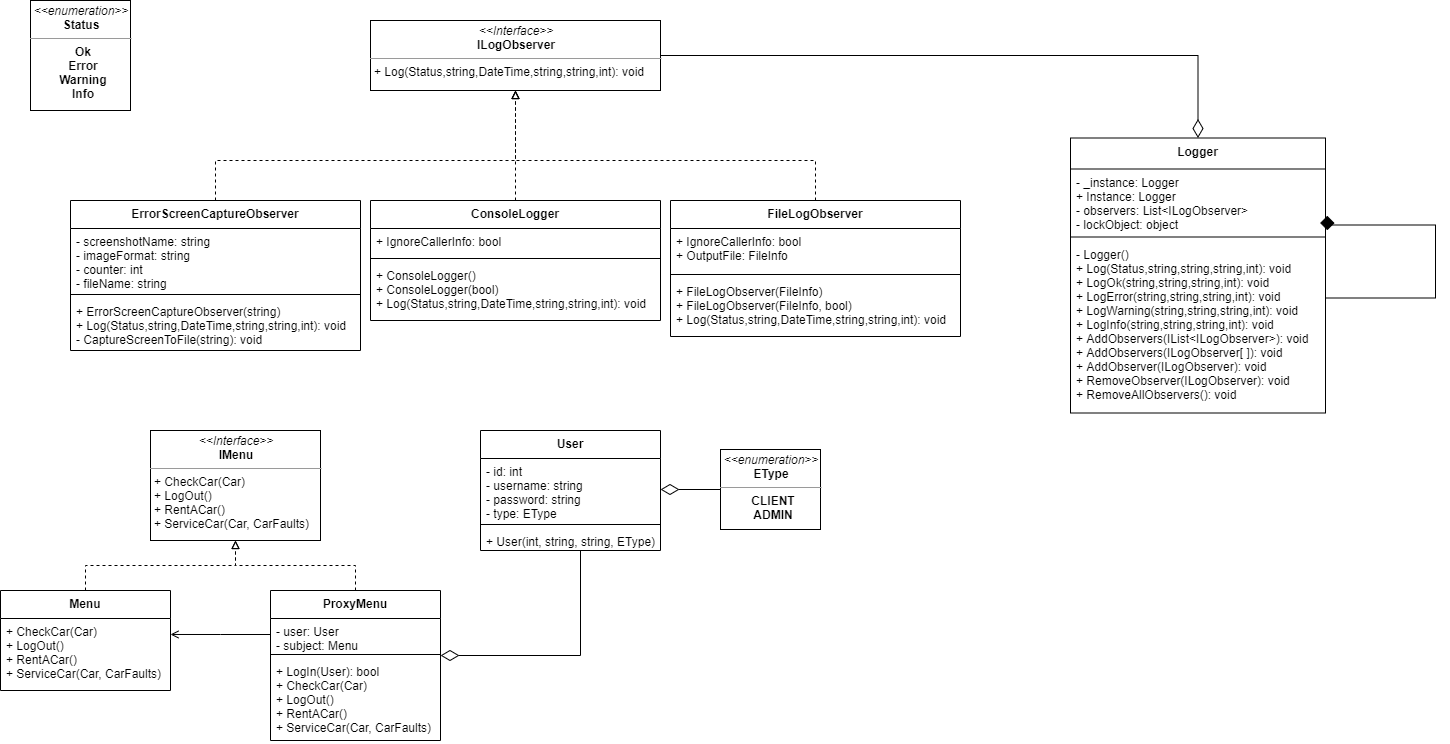
Above: Diagram/diagram.png in Radu-Lucian/DesignPatterns (draw.io), before the change. Source tidied: cells renumbered, new cells last; positions are measured from the earlier drawing's top-left corner, leaving out a move shared by most shapes.
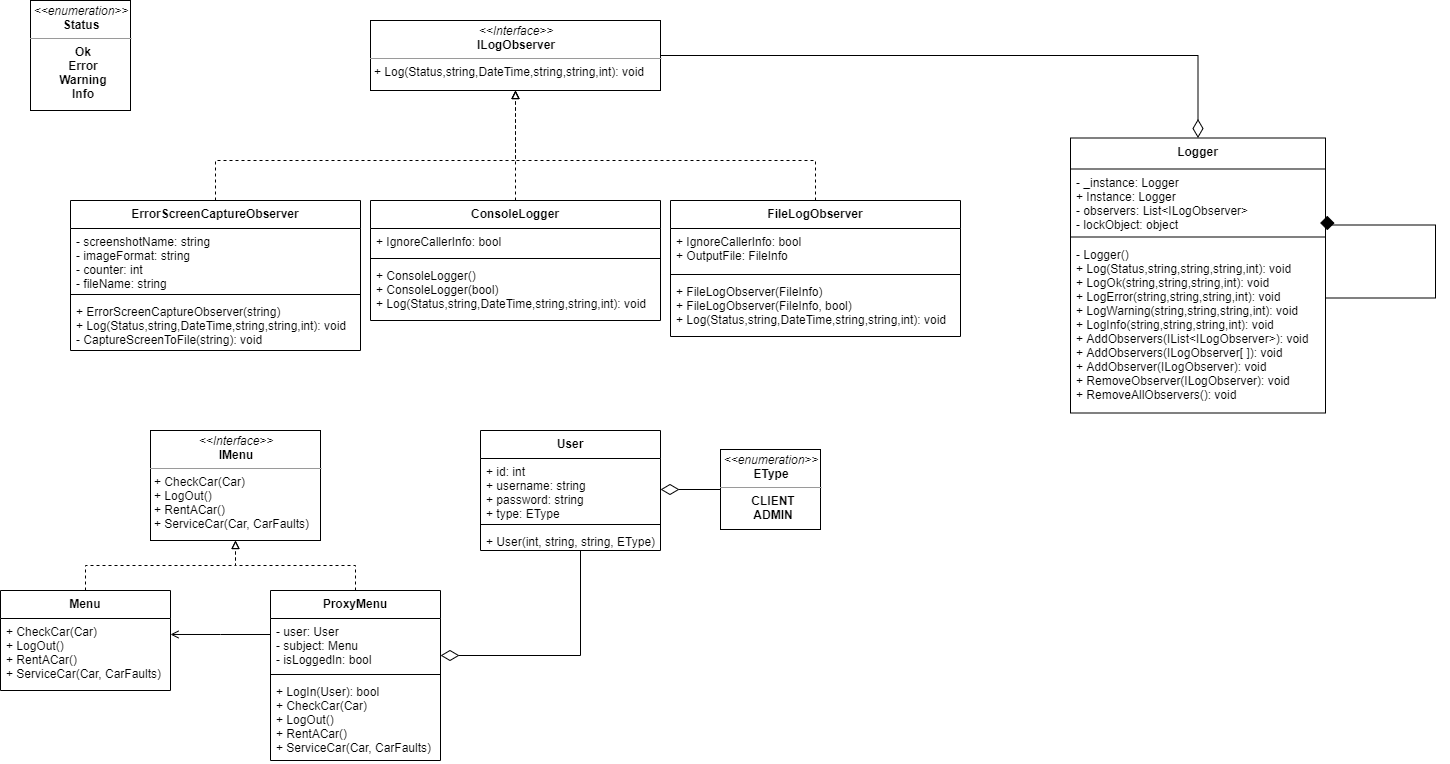
Above is the later version.

Commit message:
Added property IsLoggedIn to ProxyMenu class and updated diagram.

Change to the diagram source:
```diff
@@ -114,16 +114,16 @@
       <mxGeometry y="28" width="170" height="72" as="geometry" />
     </mxCell>
     <mxCell id="31" value="ProxyMenu" style="swimlane;fontStyle=1;align=center;verticalAlign=top;horizontal=1;startSize=28;strokeColor=#000000;" parent="1" vertex="1">
-      <mxGeometry x="270" y="590" width="170" height="150" as="geometry" />
+      <mxGeometry x="270" y="590" width="170" height="170" as="geometry" />
     </mxCell>
-    <mxCell id="32" value="- user: User&#10;- subject: Menu" style="text;strokeColor=none;fillColor=none;align=left;verticalAlign=top;spacingLeft=4;spacingRight=4;overflow=hidden;points=[[0,0.5],[1,0.5]];portConstraint=eastwest;" parent="31" vertex="1">
-      <mxGeometry y="28" width="170" height="32" as="geometry" />
+    <mxCell id="32" value="- user: User&#10;- subject: Menu&#10;- isLoggedIn: bool" style="text;strokeColor=none;fillColor=none;align=left;verticalAlign=top;spacingLeft=4;spacingRight=4;overflow=hidden;points=[[0,0.5],[1,0.5]];portConstraint=eastwest;" parent="31" vertex="1">
+      <mxGeometry y="28" width="170" height="52" as="geometry" />
     </mxCell>
     <mxCell id="33" style="line;strokeWidth=1;fillColor=none;align=left;verticalAlign=middle;spacingTop=-1;spacingLeft=3;spacingRight=3;labelPosition=right;" parent="31" vertex="1">
-      <mxGeometry y="60" width="170" height="8" as="geometry" />
+      <mxGeometry y="80" width="170" height="8" as="geometry" />
     </mxCell>
     <mxCell id="34" value="+ LogIn(User): bool&#10;+ CheckCar(Car)&#10;+ LogOut() &#10;+ RentACar()&#10;+ ServiceCar(Car, CarFaults)" style="text;strokeColor=none;fillColor=none;align=left;verticalAlign=top;spacingLeft=4;spacingRight=4;overflow=hidden;" parent="31" vertex="1">
-      <mxGeometry y="68" width="170" height="82" as="geometry" />
+      <mxGeometry y="88" width="170" height="82" as="geometry" />
     </mxCell>
     <mxCell id="35" style="edgeStyle=orthogonalEdgeStyle;rounded=0;jettySize=auto;html=1;endArrow=none;endFill=0;startArrow=diamondThin;startFill=0;startSize=16;endSize=16;entryX=0.443;entryY=1;entryDx=0;entryDy=0;entryPerimeter=0;" parent="1" edge="1" target="39">
       <mxGeometry relative="1" as="geometry">
@@ -136,7 +136,7 @@
     <mxCell id="36" value="User" style="swimlane;fontStyle=1;align=center;verticalAlign=top;horizontal=1;startSize=28;strokeColor=#000000;" parent="1" vertex="1">
       <mxGeometry x="480" y="430" width="180" height="120" as="geometry" />
     </mxCell>
-    <mxCell id="37" value="- id: int&#10;- username: string&#10;- password: string&#10;- type: EType" style="text;strokeColor=none;fillColor=none;align=left;verticalAlign=top;spacingLeft=4;spacingRight=4;overflow=hidden;points=[[0,0.5],[1,0.5]];portConstraint=eastwest;" parent="36" vertex="1">
+    <mxCell id="37" value="+ id: int&#10;+ username: string&#10;+ password: string&#10;+ type: EType" style="text;strokeColor=none;fillColor=none;align=left;verticalAlign=top;spacingLeft=4;spacingRight=4;overflow=hidden;points=[[0,0.5],[1,0.5]];portConstraint=eastwest;" parent="36" vertex="1">
       <mxGeometry y="28" width="180" height="62" as="geometry" />
     </mxCell>
     <mxCell id="38" style="line;strokeWidth=1;fillColor=none;align=left;verticalAlign=middle;spacingTop=-1;spacingLeft=3;spacingRight=3;labelPosition=right;" parent="36" vertex="1">
```
